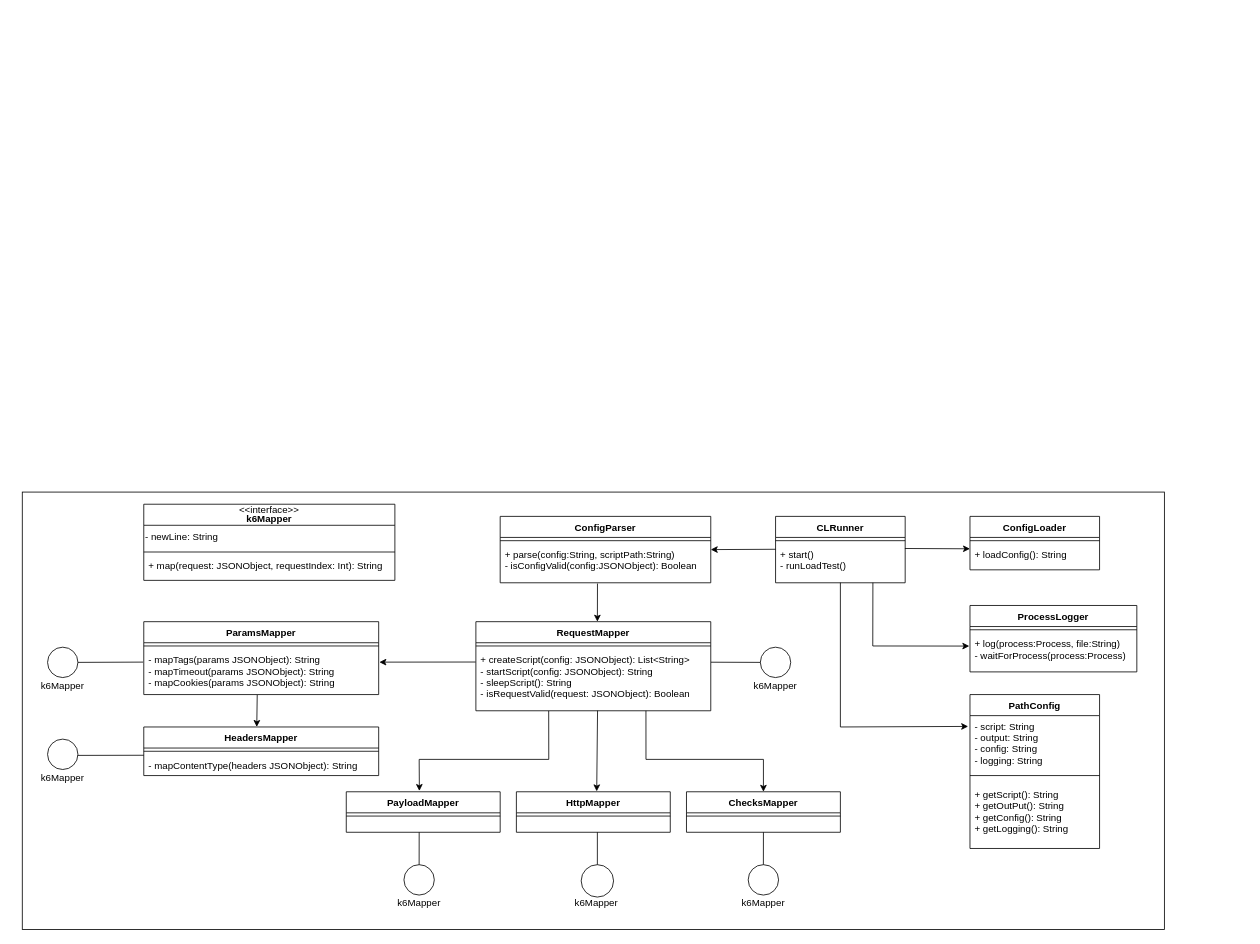
The draw.io diagram docu/ClassDiagram.drawio in EddeCCC/k6-java-test, before the edit. Source tidied: cells renumbered, new cells numbered last; positions are measured from the earlier drawing's top-left corner, leaving out a move shared by most shapes. Both pictures are drawn from the tidied source at 81%, with x=0, y=0 at pixel (22, 492). Pictures stored in the file or linked from it are replaced by grey dashed boxes.
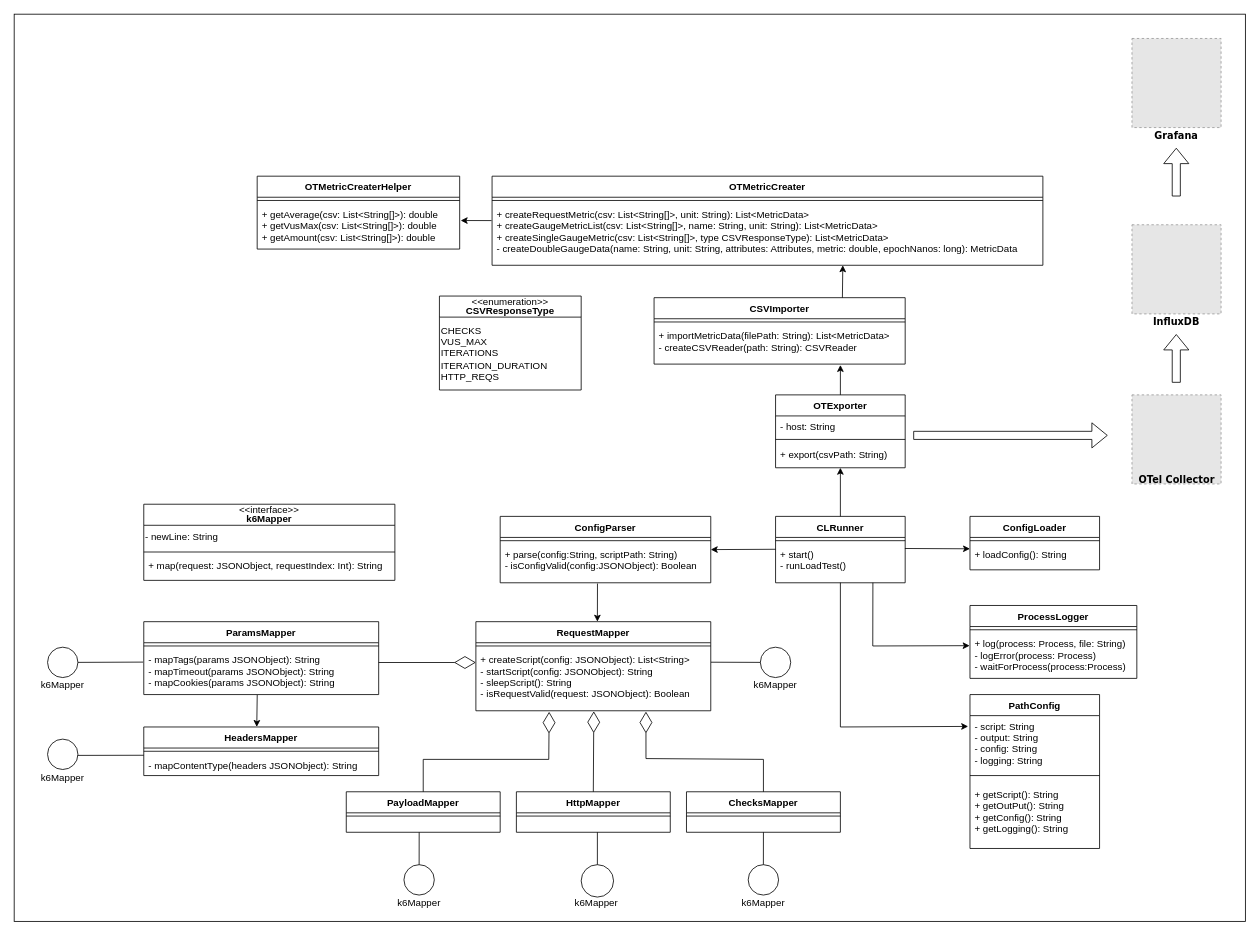
After the change.

The change refers to these unchanged cells:
```xml
<mxCell id="3" value="CLRunner" style="swimlane;fontStyle=1;align=center;verticalAlign=top;horizontal=1;startSize=26;rounded=0;shadow=0;strokeWidth=1;" parent="1" vertex="1">
  <mxGeometry x="930" y="30" width="160" height="82" as="geometry" />
</mxCell>
<mxCell id="5" value="+ start()&#10;- runLoadTest()&#10;" style="text;align=left;verticalAlign=top;spacingLeft=4;spacingRight=4;overflow=hidden;points=[[0,0.5],[1,0.5]];portConstraint=eastwest;" parent="3" vertex="1">
  <mxGeometry y="34" width="160" height="48" as="geometry" />
</mxCell>
<mxCell id="20" value="ConfigParser" style="swimlane;fontStyle=1;align=center;verticalAlign=top;horizontal=1;startSize=26;rounded=0;shadow=0;strokeWidth=1;" parent="1" vertex="1">
  <mxGeometry x="590" y="30" width="260" height="82" as="geometry" />
</mxCell>
<mxCell id="29" value="+ createScript(config: JSONObject): List&lt;String&gt;&#10;- startScript(config: JSONObject): String&#10;- sleepScript(): String&#10;- isRequestValid(request: JSONObject): Boolean&#10;" style="text;align=left;verticalAlign=top;spacingLeft=4;spacingRight=4;overflow=hidden;points=[[0,0.5],[1,0.5]];portConstraint=eastwest;" parent="27" vertex="1">
  <mxGeometry y="34" width="290" height="76" as="geometry" />
</mxCell>
<mxCell id="34" value="- mapTags(params JSONObject): String&#10;- mapTimeout(params JSONObject): String&#10;- mapCookies(params JSONObject): String&#10;&#10;" style="text;align=left;verticalAlign=top;spacingLeft=4;spacingRight=4;overflow=hidden;points=[[0,0.5],[1,0.5]];portConstraint=eastwest;" parent="32" vertex="1">
  <mxGeometry y="34" width="290" height="56" as="geometry" />
</mxCell>
<mxCell id="38" value="PayloadMapper" style="swimlane;fontStyle=1;align=center;verticalAlign=top;horizontal=1;startSize=26;rounded=0;shadow=0;strokeWidth=1;" parent="1" vertex="1">
  <mxGeometry x="400" y="370" width="190" height="50" as="geometry" />
</mxCell>
<mxCell id="40" value="HttpMapper" style="swimlane;fontStyle=1;align=center;verticalAlign=top;horizontal=1;startSize=26;rounded=0;shadow=0;strokeWidth=1;" parent="1" vertex="1">
  <mxGeometry x="610" y="370" width="190" height="50" as="geometry" />
</mxCell>
<mxCell id="42" value="ChecksMapper" style="swimlane;fontStyle=1;align=center;verticalAlign=top;horizontal=1;startSize=26;rounded=0;shadow=0;strokeWidth=1;" parent="1" vertex="1">
  <mxGeometry x="820" y="370" width="190" height="50" as="geometry" />
</mxCell>
```

The edit, as a diff of the source:
```diff
@@
-    <mxCell id="2" style="rounded=0;whiteSpace=wrap;html=1;fontSize=12;fontColor=#000000;" parent="1" vertex="1">
-      <mxGeometry width="1410" height="540" as="geometry" />
-    </mxCell>
+    <mxCell id="68" style="rounded=0;whiteSpace=wrap;html=1;fontFamily=Verdana;" parent="1" vertex="1">
+      <mxGeometry x="-10" y="-590" width="1520" height="1120" as="geometry" />
+    </mxCell>
@@
     <mxCell id="17" value="ProcessLogger" style="swimlane;fontStyle=1;align=center;verticalAlign=top;horizontal=1;startSize=26;rounded=0;shadow=0;strokeWidth=1;" parent="1" vertex="1">
-      <mxGeometry x="1170" y="140" width="206" height="82" as="geometry" />
+      <mxGeometry x="1170" y="140" width="206" height="90" as="geometry" />
     </mxCell>
@@
-    <mxCell id="19" value="+ log(process:Process, file:String)&#10;- waitForProcess(process:Process)&#10;" style="text;align=left;verticalAlign=top;spacingLeft=4;spacingRight=4;overflow=hidden;points=[[0,0.5],[1,0.5]];portConstraint=eastwest;" parent="17" vertex="1">
-      <mxGeometry y="34" width="206" height="48" as="geometry" />
+    <mxCell id="19" value="+ log(process: Process, file: String)&#10;- logError(process: Process)&#10;- waitForProcess(process:Process)&#10;&#10;" style="text;align=left;verticalAlign=top;spacingLeft=4;spacingRight=4;overflow=hidden;points=[[0,0.5],[1,0.5]];portConstraint=eastwest;" parent="17" vertex="1">
+      <mxGeometry y="34" width="206" height="56" as="geometry" />
     </mxCell>
@@
-    <mxCell id="22" value="+ parse(config:String, scriptPath:String)&#10;- isConfigValid(config:JSONObject): Boolean&#10;&#10;" style="text;align=left;verticalAlign=top;spacingLeft=4;spacingRight=4;overflow=hidden;points=[[0,0.5],[1,0.5]];portConstraint=eastwest;" parent="20" vertex="1">
+    <mxCell id="22" value="+ parse(config:String, scriptPath: String)&#10;- isConfigValid(config:JSONObject): Boolean&#10;&#10;" style="text;align=left;verticalAlign=top;spacingLeft=4;spacingRight=4;overflow=hidden;points=[[0,0.5],[1,0.5]];portConstraint=eastwest;" parent="20" vertex="1">
       <mxGeometry y="34" width="260" height="48" as="geometry" />
     </mxCell>
@@
-    <mxCell id="25" style="endArrow=classic;html=1;rounded=0;exitX=0.751;exitY=0.998;exitDx=0;exitDy=0;exitPerimeter=0;entryX=-0.004;entryY=0.336;entryDx=0;entryDy=0;entryPerimeter=0;" parent="1" edge="1" source="5" target="19">
+    <mxCell id="25" style="endArrow=classic;html=1;rounded=0;exitX=0.751;exitY=0.998;exitDx=0;exitDy=0;exitPerimeter=0;entryX=-0.002;entryY=0.279;entryDx=0;entryDy=0;entryPerimeter=0;" parent="1" edge="1" source="5" target="19">
       <mxGeometry relative="1" as="geometry">
         <Array as="points">
           <mxPoint x="1050" y="190" />
         </Array>
       </mxGeometry>
     </mxCell>
@@
-    <mxCell id="62" style="endArrow=classic;html=1;rounded=0;fontSize=12;fontColor=#000000;exitX=0.31;exitY=1.002;exitDx=0;exitDy=0;exitPerimeter=0;entryX=0.475;entryY=-0.02;entryDx=0;entryDy=0;entryPerimeter=0;" parent="1" edge="1" source="29" target="38">
-      <mxGeometry relative="1" as="geometry">
-        <Array as="points">
-          <mxPoint x="650" y="330" />
-          <mxPoint x="490" y="330" />
-        </Array>
-      </mxGeometry>
-    </mxCell>
-    <mxCell id="63" style="endArrow=classic;html=1;rounded=0;fontSize=12;fontColor=#000000;exitX=0.724;exitY=1;exitDx=0;exitDy=0;exitPerimeter=0;entryX=0.5;entryY=0;entryDx=0;entryDy=0;" parent="1" edge="1" source="29" target="42">
-      <mxGeometry relative="1" as="geometry">
-        <Array as="points">
-          <mxPoint x="770" y="330" />
-          <mxPoint x="915" y="330" />
-        </Array>
-      </mxGeometry>
-    </mxCell>
-    <mxCell id="64" style="endArrow=classic;html=1;rounded=0;fontSize=12;fontColor=#000000;entryX=1.003;entryY=0.285;entryDx=0;entryDy=0;entryPerimeter=0;exitX=-0.001;exitY=0.208;exitDx=0;exitDy=0;exitPerimeter=0;" parent="1" edge="1" source="29" target="34">
-      <mxGeometry relative="1" as="geometry" />
-    </mxCell>
@@
-    <mxCell id="67" style="endArrow=classic;html=1;rounded=0;fontSize=12;fontColor=#000000;exitX=0.518;exitY=0.998;exitDx=0;exitDy=0;exitPerimeter=0;entryX=0.522;entryY=-0.011;entryDx=0;entryDy=0;entryPerimeter=0;" parent="1" edge="1" source="29" target="40">
-      <mxGeometry relative="1" as="geometry" />
-    </mxCell>
+    <mxCell id="69" value="OTExporter" style="swimlane;fontStyle=1;align=center;verticalAlign=top;horizontal=1;startSize=26;rounded=0;shadow=0;strokeWidth=1;" parent="1" vertex="1">
+      <mxGeometry x="930" y="-120" width="160" height="90" as="geometry" />
+    </mxCell>
+    <mxCell id="70" value="- host: String" style="text;align=left;verticalAlign=top;spacingLeft=4;spacingRight=4;overflow=hidden;" parent="69" vertex="1">
+      <mxGeometry y="26" width="160" height="24" as="geometry" />
+    </mxCell>
+    <mxCell id="71" style="line;html=1;strokeWidth=1;align=left;verticalAlign=middle;spacingTop=-1;spacingLeft=3;spacingRight=3;labelPosition=right;" parent="69" vertex="1">
+      <mxGeometry y="50" width="160" height="10" as="geometry" />
+    </mxCell>
+    <mxCell id="72" value="+ export(csvPath: String)" style="text;align=left;verticalAlign=top;spacingLeft=4;spacingRight=4;overflow=hidden;" parent="69" vertex="1">
+      <mxGeometry y="60" width="160" height="20" as="geometry" />
+    </mxCell>
+    <mxCell id="73" style="endArrow=classic;html=1;rounded=0;entryX=0.5;entryY=1;entryDx=0;entryDy=0;exitX=0.5;exitY=0;exitDx=0;exitDy=0;" parent="1" edge="1" source="3" target="69">
+      <mxGeometry relative="1" as="geometry" />
+    </mxCell>
+    <mxCell id="74" value="CSVImporter" style="swimlane;fontStyle=1;align=center;verticalAlign=top;horizontal=1;startSize=26;rounded=0;shadow=0;strokeWidth=1;" parent="1" vertex="1">
+      <mxGeometry x="780" y="-240" width="310" height="82" as="geometry" />
+    </mxCell>
+    <mxCell id="75" style="line;html=1;strokeWidth=1;align=left;verticalAlign=middle;spacingTop=-1;spacingLeft=3;spacingRight=3;labelPosition=right;" parent="74" vertex="1">
+      <mxGeometry y="26" width="310" height="8" as="geometry" />
+    </mxCell>
+    <mxCell id="76" value="+ importMetricData(filePath: String): List&lt;MetricData&gt;&#10;- createCSVReader(path: String): CSVReader&#10;" style="text;align=left;verticalAlign=top;spacingLeft=4;spacingRight=4;overflow=hidden;points=[[0,0.5],[1,0.5]];portConstraint=eastwest;" parent="74" vertex="1">
+      <mxGeometry y="34" width="310" height="48" as="geometry" />
+    </mxCell>
+    <mxCell id="77" value="OTMetricCreater" style="swimlane;fontStyle=1;align=center;verticalAlign=top;horizontal=1;startSize=26;rounded=0;shadow=0;strokeWidth=1;" parent="1" vertex="1">
+      <mxGeometry x="580" y="-390" width="680" height="110" as="geometry" />
+    </mxCell>
+    <mxCell id="78" style="line;html=1;strokeWidth=1;align=left;verticalAlign=middle;spacingTop=-1;spacingLeft=3;spacingRight=3;labelPosition=right;" parent="77" vertex="1">
+      <mxGeometry y="26" width="680" height="8" as="geometry" />
+    </mxCell>
+    <mxCell id="79" value="+ createRequestMetric(csv: List&lt;String[]&gt;, unit: String): List&lt;MetricData&gt;&#10;+ createGaugeMetricList(csv: List&lt;String[]&gt;, name: String, unit: String): List&lt;MetricData&gt;&#10;+ createSingleGaugeMetric(csv: List&lt;String[]&gt;, type CSVResponseType): List&lt;MetricData&gt;&#10;- createDoubleGaugeData(name: String, unit: String, attributes: Attributes, metric: double, epochNanos: long): MetricData&#10;&#10;&#10;" style="text;align=left;verticalAlign=top;spacingLeft=4;spacingRight=4;overflow=hidden;points=[[0,0.5],[1,0.5]];portConstraint=eastwest;" parent="77" vertex="1">
+      <mxGeometry y="34" width="680" height="76" as="geometry" />
+    </mxCell>
+    <mxCell id="80" value="OTMetricCreaterHelper" style="swimlane;fontStyle=1;align=center;verticalAlign=top;horizontal=1;startSize=26;rounded=0;shadow=0;strokeWidth=1;" parent="1" vertex="1">
+      <mxGeometry x="290" y="-390" width="250" height="90" as="geometry" />
+    </mxCell>
+    <mxCell id="81" style="line;html=1;strokeWidth=1;align=left;verticalAlign=middle;spacingTop=-1;spacingLeft=3;spacingRight=3;labelPosition=right;" parent="80" vertex="1">
+      <mxGeometry y="26" width="250" height="8" as="geometry" />
+    </mxCell>
+    <mxCell id="82" value="+ getAverage(csv: List&lt;String[]&gt;): double&#10;+ getVusMax(csv: List&lt;String[]&gt;): double&#10;+ getAmount(csv: List&lt;String[]&gt;): double&#10;&#10;" style="text;align=left;verticalAlign=top;spacingLeft=4;spacingRight=4;overflow=hidden;points=[[0,0.5],[1,0.5]];portConstraint=eastwest;" parent="80" vertex="1">
+      <mxGeometry y="34" width="250" height="56" as="geometry" />
+    </mxCell>
+    <mxCell id="83" style="endArrow=classic;html=1;rounded=0;exitX=0.5;exitY=0;exitDx=0;exitDy=0;entryX=0.742;entryY=1.023;entryDx=0;entryDy=0;entryPerimeter=0;" parent="1" edge="1" source="69" target="76">
+      <mxGeometry relative="1" as="geometry" />
+    </mxCell>
+    <mxCell id="84" style="endArrow=classic;html=1;rounded=0;exitX=0.75;exitY=0;exitDx=0;exitDy=0;" parent="1" edge="1" source="74">
+      <mxGeometry relative="1" as="geometry">
+        <mxPoint x="1013" y="-280" as="targetPoint" />
+      </mxGeometry>
+    </mxCell>
+    <mxCell id="85" style="endArrow=classic;html=1;rounded=0;entryX=1.005;entryY=0.371;entryDx=0;entryDy=0;entryPerimeter=0;exitX=-0.001;exitY=0.274;exitDx=0;exitDy=0;exitPerimeter=0;" parent="1" edge="1" source="79" target="82">
+      <mxGeometry relative="1" as="geometry" />
+    </mxCell>
+    <mxCell id="86" style="swimlane;fontStyle=1;align=center;verticalAlign=middle;horizontal=1;startSize=26;rounded=0;shadow=0;strokeWidth=1;fontSize=12;labelPosition=center;verticalLabelPosition=middle;" parent="1" vertex="1">
+      <mxGeometry x="515" y="-242" width="175" height="116" as="geometry" />
+    </mxCell>
+    <mxCell id="87" value="&lt;div&gt;CHECKS&lt;/div&gt;&lt;div&gt;VUS_MAX&lt;/div&gt;&lt;div&gt;ITERATIONS&lt;/div&gt;&lt;div&gt;ITERATION_DURATION&lt;/div&gt;&lt;div&gt;HTTP_REQS&lt;br&gt;&lt;/div&gt;" style="text;html=1;align=left;verticalAlign=middle;strokeColor=none;fillColor=none;fontSize=12;" parent="86" vertex="1">
+      <mxGeometry y="26" width="175" height="90" as="geometry" />
+    </mxCell>
+    <mxCell id="88" value="&amp;lt;&amp;lt;enumeration&amp;gt;&amp;gt;" style="text;html=1;strokeColor=none;fillColor=none;align=center;verticalAlign=top;whiteSpace=wrap;rounded=0;fontSize=12;fontColor=#000000;horizontal=1;spacing=10;" parent="1" vertex="1">
+      <mxGeometry x="515" y="-257" width="175" height="15" as="geometry" />
+    </mxCell>
+    <mxCell id="89" value="&lt;b&gt;CSVResponseType&lt;/b&gt;" style="text;html=1;strokeColor=none;fillColor=none;align=center;verticalAlign=top;whiteSpace=wrap;rounded=0;fontSize=12;fontColor=#000000;spacing=22;" parent="1" vertex="1">
+      <mxGeometry x="515" y="-257" width="175" height="10" as="geometry" />
+    </mxCell>
+    <mxCell id="90" style="fillColor=#E6E6E6;strokeColor=#999999;dashed=1;verticalLabelPosition=bottom;labelBackgroundColor=default;verticalAlign=top;" parent="1" vertex="1">
+      <mxGeometry x="1370" y="-330" width="110" height="110" as="geometry" />
+    </mxCell>
+    <mxCell id="91" value="&lt;font face=&quot;Verdana&quot;&gt;&lt;b&gt;InfluxDB&lt;/b&gt;&lt;/font&gt;" style="text;html=1;strokeColor=none;fillColor=none;align=center;verticalAlign=middle;whiteSpace=wrap;rounded=0;" parent="1" vertex="1">
+      <mxGeometry x="1395" y="-225" width="60" height="30" as="geometry" />
+    </mxCell>
+    <mxCell id="92" value="&lt;b&gt;&lt;font face=&quot;Verdana&quot;&gt;Grafana&lt;/font&gt;&lt;/b&gt;" style="text;html=1;strokeColor=none;fillColor=none;align=center;verticalAlign=middle;whiteSpace=wrap;rounded=0;" parent="1" vertex="1">
+      <mxGeometry x="1395" y="-455" width="60" height="30" as="geometry" />
+    </mxCell>
+    <mxCell id="93" style="shape=flexArrow;endArrow=classic;html=1;rounded=0;fontFamily=Verdana;" parent="1" edge="1">
+      <mxGeometry relative="1" as="geometry">
+        <mxPoint x="1100" y="-70" as="sourcePoint" />
+        <mxPoint x="1340" y="-70" as="targetPoint" />
+      </mxGeometry>
+    </mxCell>
+    <mxCell id="94" style="endArrow=diamondThin;endFill=0;endSize=24;html=1;rounded=0;fontFamily=Verdana;exitX=1;exitY=0.293;exitDx=0;exitDy=0;exitPerimeter=0;entryX=0;entryY=0.216;entryDx=0;entryDy=0;entryPerimeter=0;" parent="1" edge="1" source="34" target="29">
+      <mxGeometry relative="1" as="geometry" />
+    </mxCell>
+    <mxCell id="95" style="endArrow=diamondThin;endFill=0;endSize=24;html=1;rounded=0;fontFamily=Verdana;exitX=0.5;exitY=0;exitDx=0;exitDy=0;entryX=0.502;entryY=1.008;entryDx=0;entryDy=0;entryPerimeter=0;" parent="1" edge="1" source="40" target="29">
+      <mxGeometry relative="1" as="geometry" />
+    </mxCell>
+    <mxCell id="96" style="endArrow=diamondThin;endFill=0;endSize=24;html=1;rounded=0;fontFamily=Verdana;exitX=0.5;exitY=0;exitDx=0;exitDy=0;entryX=0.312;entryY=1.016;entryDx=0;entryDy=0;entryPerimeter=0;" parent="1" edge="1" source="38" target="29">
+      <mxGeometry relative="1" as="geometry">
+        <Array as="points">
+          <mxPoint x="495" y="330" />
+          <mxPoint x="650" y="330" />
+        </Array>
+      </mxGeometry>
+    </mxCell>
+    <mxCell id="97" style="endArrow=diamondThin;endFill=0;endSize=24;html=1;rounded=0;fontFamily=Verdana;exitX=0.5;exitY=0;exitDx=0;exitDy=0;entryX=0.724;entryY=1.013;entryDx=0;entryDy=0;entryPerimeter=0;" parent="1" edge="1" source="42" target="29">
+      <mxGeometry relative="1" as="geometry">
+        <Array as="points">
+          <mxPoint x="915" y="330" />
+          <mxPoint x="770" y="329" />
+        </Array>
+      </mxGeometry>
+    </mxCell>
+    <mxCell id="98" style="fillColor=#E6E6E6;strokeColor=#999999;dashed=1;verticalLabelPosition=bottom;labelBackgroundColor=default;verticalAlign=top;" parent="1" vertex="1">
+      <mxGeometry x="1370" y="-120" width="110" height="110" as="geometry" />
+    </mxCell>
+    <mxCell id="99" style="fillColor=#E6E6E6;strokeColor=#999999;dashed=1;verticalLabelPosition=bottom;labelBackgroundColor=default;verticalAlign=top;" parent="1" vertex="1">
+      <mxGeometry x="1370" y="-560" width="110" height="110" as="geometry" />
+    </mxCell>
+    <mxCell id="100" value="&lt;b&gt;&lt;font face=&quot;Verdana&quot;&gt;OTel Collector&lt;/font&gt;&lt;/b&gt;" style="text;html=1;strokeColor=none;fillColor=none;align=center;verticalAlign=middle;whiteSpace=wrap;rounded=0;" parent="1" vertex="1">
+      <mxGeometry x="1358.5" y="-30" width="133" height="30" as="geometry" />
+    </mxCell>
+    <mxCell id="101" style="shape=flexArrow;endArrow=classic;html=1;rounded=0;fontFamily=Verdana;" parent="1" edge="1">
+      <mxGeometry relative="1" as="geometry">
+        <mxPoint x="1424.7" y="-135" as="sourcePoint" />
+        <mxPoint x="1424.7" y="-195" as="targetPoint" />
+      </mxGeometry>
+    </mxCell>
+    <mxCell id="102" style="shape=flexArrow;endArrow=classic;html=1;rounded=0;fontFamily=Verdana;" parent="1" edge="1">
+      <mxGeometry relative="1" as="geometry">
+        <mxPoint x="1424.7" y="-365" as="sourcePoint" />
+        <mxPoint x="1424.7" y="-425" as="targetPoint" />
+      </mxGeometry>
+    </mxCell>
```
